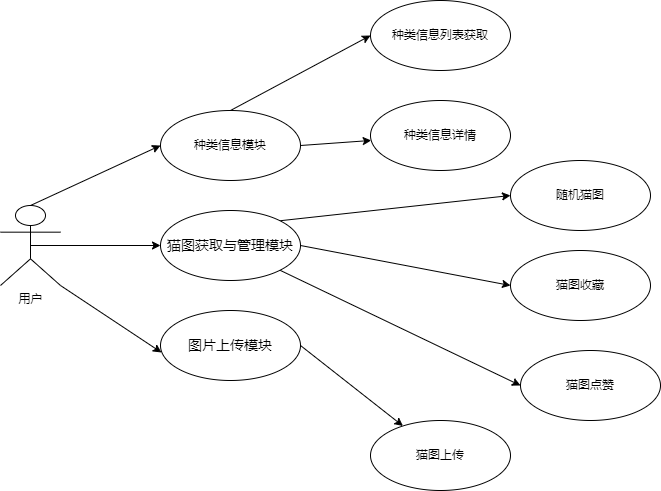
Earlier version of the draw.io export draw-io/猫用例图.png (JackeyTower/pic-work). Source tidied: cells renumbered, new cells last; positions are measured from the earlier drawing's top-left corner, leaving out a move shared by most shapes.
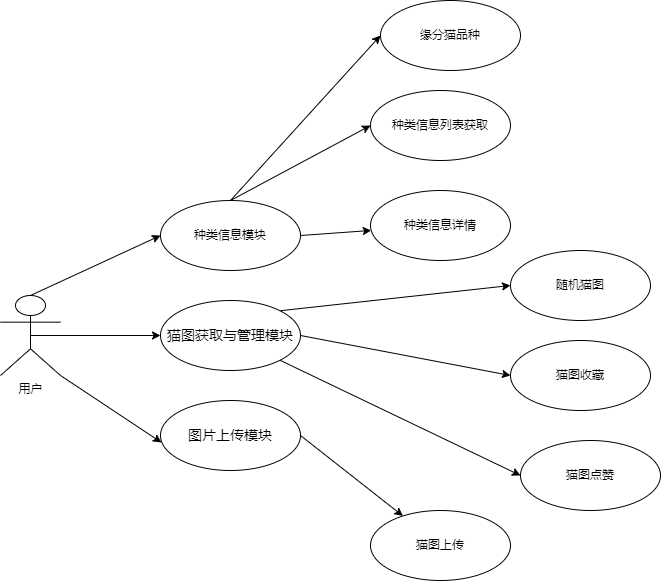
Above is the later version.

The edit, as a diff of the source:
```diff
@@ -20,6 +20,9 @@
     <mxCell id="7" style="rounded=0;jettySize=auto;html=1;exitX=1;exitY=0.5;exitDx=0;exitDy=0;" parent="1" edge="1" source="8" target="16">
       <mxGeometry relative="1" as="geometry" />
     </mxCell>
+    <mxCell id="21" style="edgeStyle=none;rounded=0;jettySize=auto;html=1;exitX=0.5;exitY=0;exitDx=0;exitDy=0;entryX=0;entryY=0.5;entryDx=0;entryDy=0;" parent="1" edge="1" source="8" target="22">
+      <mxGeometry relative="1" as="geometry" />
+    </mxCell>
     <mxCell id="8" value="种类信息模块" style="ellipse;whiteSpace=wrap;html=1;" parent="1" vertex="1">
       <mxGeometry x="160" y="110" width="140" height="70" as="geometry" />
     </mxCell>
@@ -59,5 +62,8 @@
     <mxCell id="20" value="猫图上传" style="ellipse;whiteSpace=wrap;html=1;" parent="1" vertex="1">
       <mxGeometry x="370" y="420" width="140" height="70" as="geometry" />
     </mxCell>
+    <mxCell id="22" value="缘分猫品种" style="ellipse;whiteSpace=wrap;html=1;" parent="1" vertex="1">
+      <mxGeometry x="380" y="-90" width="140" height="70" as="geometry" />
+    </mxCell>
   </root>
 </mxGraphModel>
```
